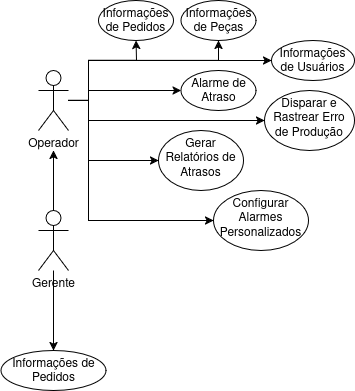
The draw.io diagram diagrams/casosDeUso.png in anthonphax/src, before a commit. Source tidied: cells renumbered, new cells last; positions are measured from the earlier drawing's top-left corner, leaving out a move shared by most shapes. Its diagram source:
```xml
<mxGraphModel>
  <root>
    <mxCell id="0" />
    <mxCell id="1" parent="0" />
    <mxCell id="2" style="edgeStyle=orthogonalEdgeStyle;rounded=0;jettySize=auto;html=1;" parent="1" edge="1" source="9" target="13">
      <mxGeometry relative="1" as="geometry">
        <Array as="points">
          <mxPoint x="88" y="100" />
          <mxPoint x="88" y="60" />
          <mxPoint x="136" y="60" />
        </Array>
      </mxGeometry>
    </mxCell>
    <mxCell id="3" style="edgeStyle=orthogonalEdgeStyle;rounded=0;jettySize=auto;html=1;entryX=0;entryY=0.5;entryDx=0;entryDy=0;" parent="1" edge="1" source="9" target="15">
      <mxGeometry relative="1" as="geometry">
        <Array as="points">
          <mxPoint x="88" y="100" />
          <mxPoint x="88" y="60" />
          <mxPoint x="271" y="60" />
        </Array>
      </mxGeometry>
    </mxCell>
    <mxCell id="4" style="edgeStyle=orthogonalEdgeStyle;rounded=0;jettySize=auto;html=1;entryX=0;entryY=0.5;entryDx=0;entryDy=0;" parent="1" edge="1" source="9" target="17">
      <mxGeometry relative="1" as="geometry">
        <Array as="points">
          <mxPoint x="88" y="100" />
          <mxPoint x="88" y="220" />
        </Array>
      </mxGeometry>
    </mxCell>
    <mxCell id="5" style="edgeStyle=orthogonalEdgeStyle;rounded=0;jettySize=auto;html=1;entryX=0;entryY=0.5;entryDx=0;entryDy=0;" parent="1" edge="1" source="9" target="18">
      <mxGeometry relative="1" as="geometry">
        <Array as="points">
          <mxPoint x="88" y="100" />
          <mxPoint x="88" y="160" />
        </Array>
      </mxGeometry>
    </mxCell>
    <mxCell id="6" style="edgeStyle=orthogonalEdgeStyle;rounded=0;jettySize=auto;html=1;" parent="1" edge="1" source="9" target="19">
      <mxGeometry relative="1" as="geometry">
        <Array as="points">
          <mxPoint x="88" y="100" />
          <mxPoint x="88" y="90" />
        </Array>
      </mxGeometry>
    </mxCell>
    <mxCell id="7" style="edgeStyle=orthogonalEdgeStyle;rounded=0;jettySize=auto;html=1;" parent="1" edge="1" source="9" target="16">
      <mxGeometry relative="1" as="geometry">
        <Array as="points">
          <mxPoint x="88" y="100" />
          <mxPoint x="88" y="120" />
        </Array>
      </mxGeometry>
    </mxCell>
    <mxCell id="8" style="edgeStyle=orthogonalEdgeStyle;rounded=0;jettySize=auto;html=1;" parent="1" edge="1" source="9" target="20">
      <mxGeometry relative="1" as="geometry">
        <Array as="points">
          <mxPoint x="88" y="100" />
          <mxPoint x="88" y="60" />
          <mxPoint x="218" y="60" />
        </Array>
      </mxGeometry>
    </mxCell>
    <mxCell id="9" value="&lt;div&gt;Operador&lt;/div&gt;&lt;div&gt;&lt;br&gt;&lt;/div&gt;" style="shape=umlActor;verticalLabelPosition=bottom;verticalAlign=top;html=1;outlineConnect=0;" parent="1" vertex="1">
      <mxGeometry x="38" y="70" width="30" height="60" as="geometry" />
    </mxCell>
    <mxCell id="10" style="edgeStyle=orthogonalEdgeStyle;rounded=0;jettySize=auto;html=1;" parent="1" edge="1" source="12">
      <mxGeometry relative="1" as="geometry">
        <mxPoint x="53" y="150" as="targetPoint" />
      </mxGeometry>
    </mxCell>
    <mxCell id="11" style="edgeStyle=orthogonalEdgeStyle;rounded=0;jettySize=auto;html=1;" parent="1" edge="1" source="12" target="14">
      <mxGeometry relative="1" as="geometry" />
    </mxCell>
    <mxCell id="12" value="&lt;div&gt;Gerente&lt;/div&gt;" style="shape=umlActor;verticalLabelPosition=bottom;verticalAlign=top;html=1;outlineConnect=0;" parent="1" vertex="1">
      <mxGeometry x="38" y="210" width="30" height="60" as="geometry" />
    </mxCell>
    <mxCell id="13" value="Informações de Pedidos" style="ellipse;whiteSpace=wrap;html=1;verticalAlign=top;" parent="1" vertex="1">
      <mxGeometry x="98" width="75" height="40" as="geometry" />
    </mxCell>
    <mxCell id="14" value="Informações de Pedidos" style="ellipse;whiteSpace=wrap;html=1;verticalAlign=top;" parent="1" vertex="1">
      <mxGeometry x="0.5" y="350" width="105" height="40" as="geometry" />
    </mxCell>
    <mxCell id="15" value="Informações de Usuários" style="ellipse;whiteSpace=wrap;html=1;verticalAlign=top;" parent="1" vertex="1">
      <mxGeometry x="271" y="40" width="83" height="40" as="geometry" />
    </mxCell>
    <mxCell id="16" value="Disparar e Rastrear Erro de Produção" style="ellipse;whiteSpace=wrap;html=1;verticalAlign=top;" parent="1" vertex="1">
      <mxGeometry x="264" y="90" width="90" height="60" as="geometry" />
    </mxCell>
    <mxCell id="17" value="Configurar Alarmes Personalizados" style="ellipse;whiteSpace=wrap;html=1;verticalAlign=top;" parent="1" vertex="1">
      <mxGeometry x="213" y="190" width="95" height="60" as="geometry" />
    </mxCell>
    <mxCell id="18" value="Gerar Relatórios de Atrasos" style="ellipse;whiteSpace=wrap;html=1;verticalAlign=top;" parent="1" vertex="1">
      <mxGeometry x="158" y="130" width="85" height="60" as="geometry" />
    </mxCell>
    <mxCell id="19" value="Alarme de Atraso" style="ellipse;whiteSpace=wrap;html=1;verticalAlign=top;" parent="1" vertex="1">
      <mxGeometry x="180.5" y="70" width="75" height="40" as="geometry" />
    </mxCell>
    <mxCell id="20" value="Informações de Peças" style="ellipse;whiteSpace=wrap;html=1;verticalAlign=top;" parent="1" vertex="1">
      <mxGeometry x="180.5" width="75" height="40" as="geometry" />
    </mxCell>
  </root>
</mxGraphModel>
```
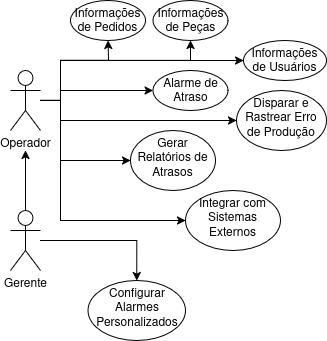
After the commit.

The edit, as a diff of the source:
```diff
@@ -78,8 +78,8 @@
     <mxCell id="13" value="Informações de Pedidos" style="ellipse;whiteSpace=wrap;html=1;verticalAlign=top;" parent="1" vertex="1">
       <mxGeometry x="98" width="75" height="40" as="geometry" />
     </mxCell>
-    <mxCell id="14" value="Informações de Pedidos" style="ellipse;whiteSpace=wrap;html=1;verticalAlign=top;" parent="1" vertex="1">
-      <mxGeometry x="0.5" y="350" width="105" height="40" as="geometry" />
+    <mxCell id="14" value="Configurar Alarmes Personalizados" style="ellipse;whiteSpace=wrap;html=1;verticalAlign=top;" parent="1" vertex="1">
+      <mxGeometry x="115.5" y="280" width="97.5" height="60" as="geometry" />
     </mxCell>
     <mxCell id="15" value="Informações de Usuários" style="ellipse;whiteSpace=wrap;html=1;verticalAlign=top;" parent="1" vertex="1">
       <mxGeometry x="271" y="40" width="83" height="40" as="geometry" />
@@ -87,7 +87,7 @@
     <mxCell id="16" value="Disparar e Rastrear Erro de Produção" style="ellipse;whiteSpace=wrap;html=1;verticalAlign=top;" parent="1" vertex="1">
       <mxGeometry x="264" y="90" width="90" height="60" as="geometry" />
     </mxCell>
-    <mxCell id="17" value="Configurar Alarmes Personalizados" style="ellipse;whiteSpace=wrap;html=1;verticalAlign=top;" parent="1" vertex="1">
+    <mxCell id="17" value="Integrar com Sistemas Externos" style="ellipse;whiteSpace=wrap;html=1;verticalAlign=top;" parent="1" vertex="1">
       <mxGeometry x="213" y="190" width="95" height="60" as="geometry" />
     </mxCell>
     <mxCell id="18" value="Gerar Relatórios de Atrasos" style="ellipse;whiteSpace=wrap;html=1;verticalAlign=top;" parent="1" vertex="1">
```
